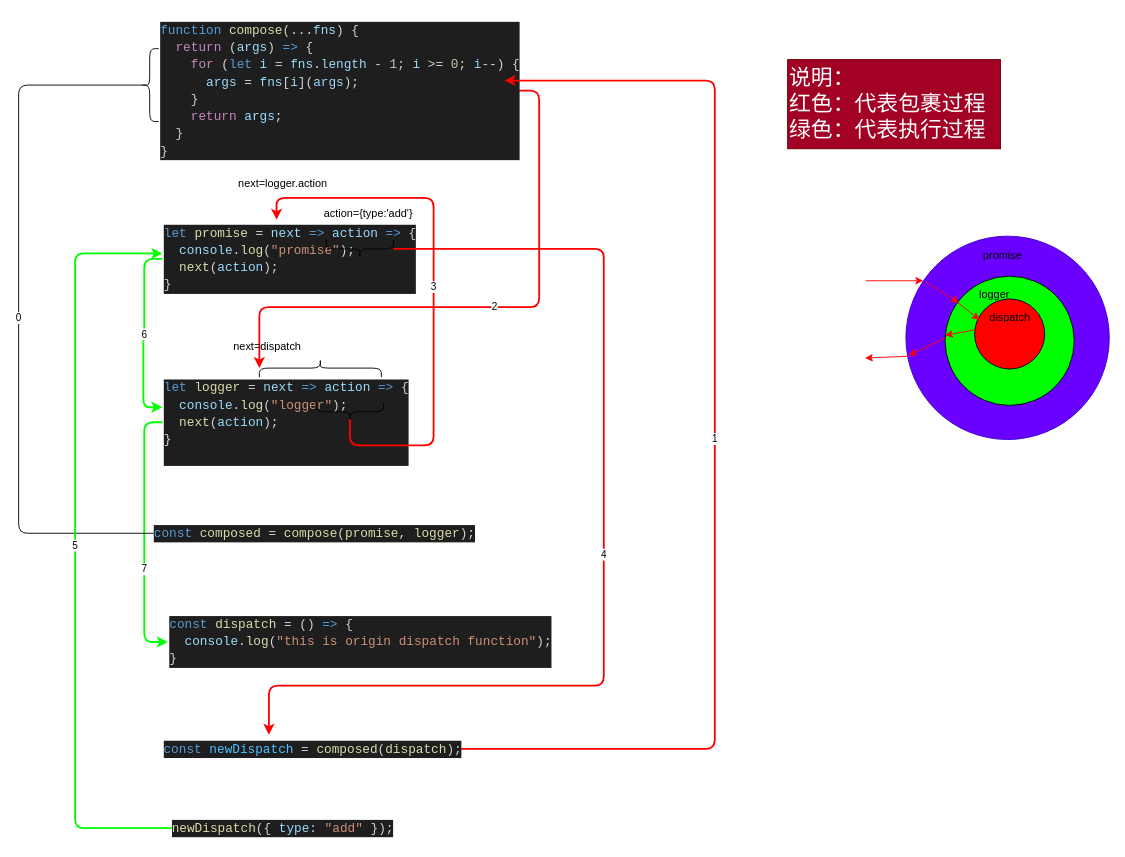
Earlier version of the draw.io diagram js/compose/compose.drawio (yxw007/H5-Learn). Source tidied: cells renumbered, new cells numbered last; positions are measured from the earlier drawing's top-left corner, leaving out a move shared by most shapes. Both pictures are drawn from the tidied source at 91%, with x=0, y=0 at pixel (18, 15).
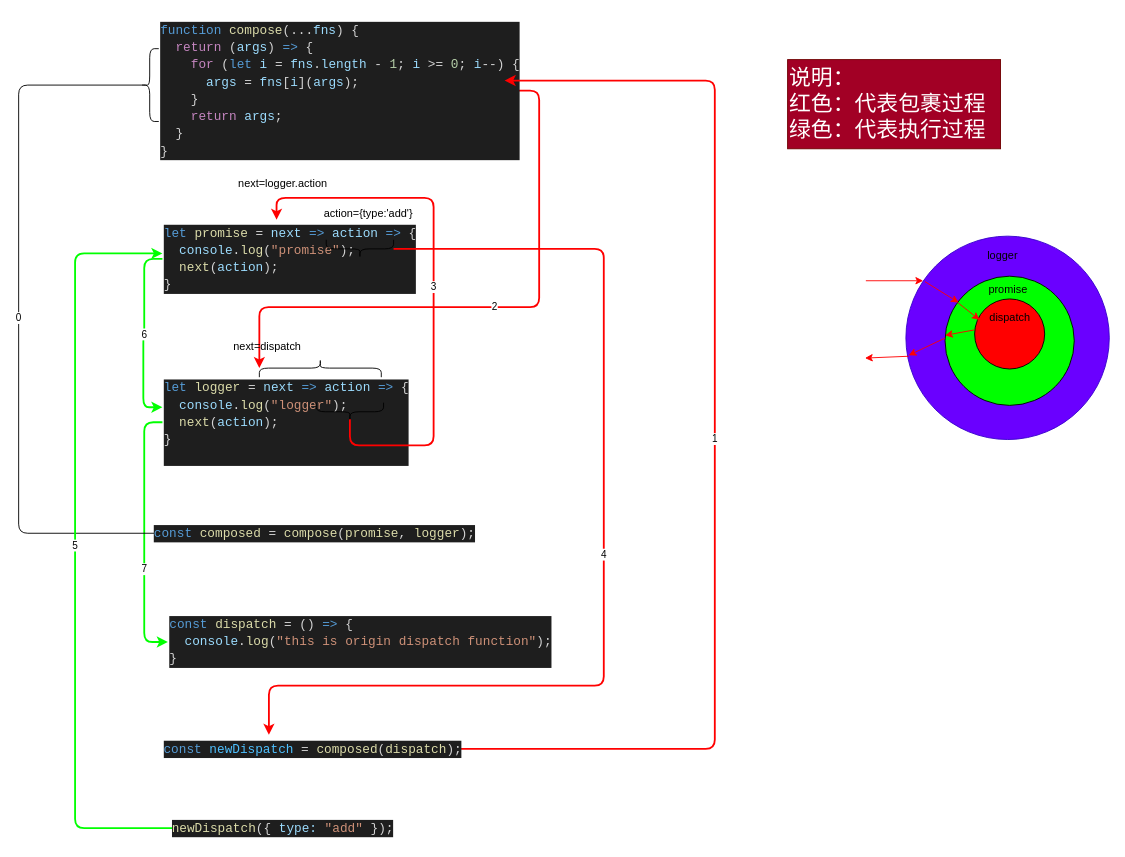
After the change.

The edit, as a diff of the source:
```diff
@@
-    <mxCell id="27" value="logger" style="text;html=1;align=center;verticalAlign=middle;strokeColor=none;fillColor=none;" parent="1" vertex="1">
-      <mxGeometry x="1046" y="293" width="51" height="26" as="geometry" />
+    <mxCell id="27" value="promise" style="text;html=1;align=center;verticalAlign=middle;strokeColor=none;fillColor=none;" parent="1" vertex="1">
+      <mxGeometry x="1056.2" y="288" width="61" height="26" as="geometry" />
     </mxCell>
@@
-    <mxCell id="29" value="promise" style="text;html=1;align=center;verticalAlign=middle;strokeColor=none;fillColor=none;" parent="1" vertex="1">
-      <mxGeometry x="1050.5" y="251" width="61" height="26" as="geometry" />
+    <mxCell id="29" value="logger" style="text;html=1;align=center;verticalAlign=middle;strokeColor=none;fillColor=none;" parent="1" vertex="1">
+      <mxGeometry x="1055.5" y="251" width="51" height="26" as="geometry" />
     </mxCell>
```
